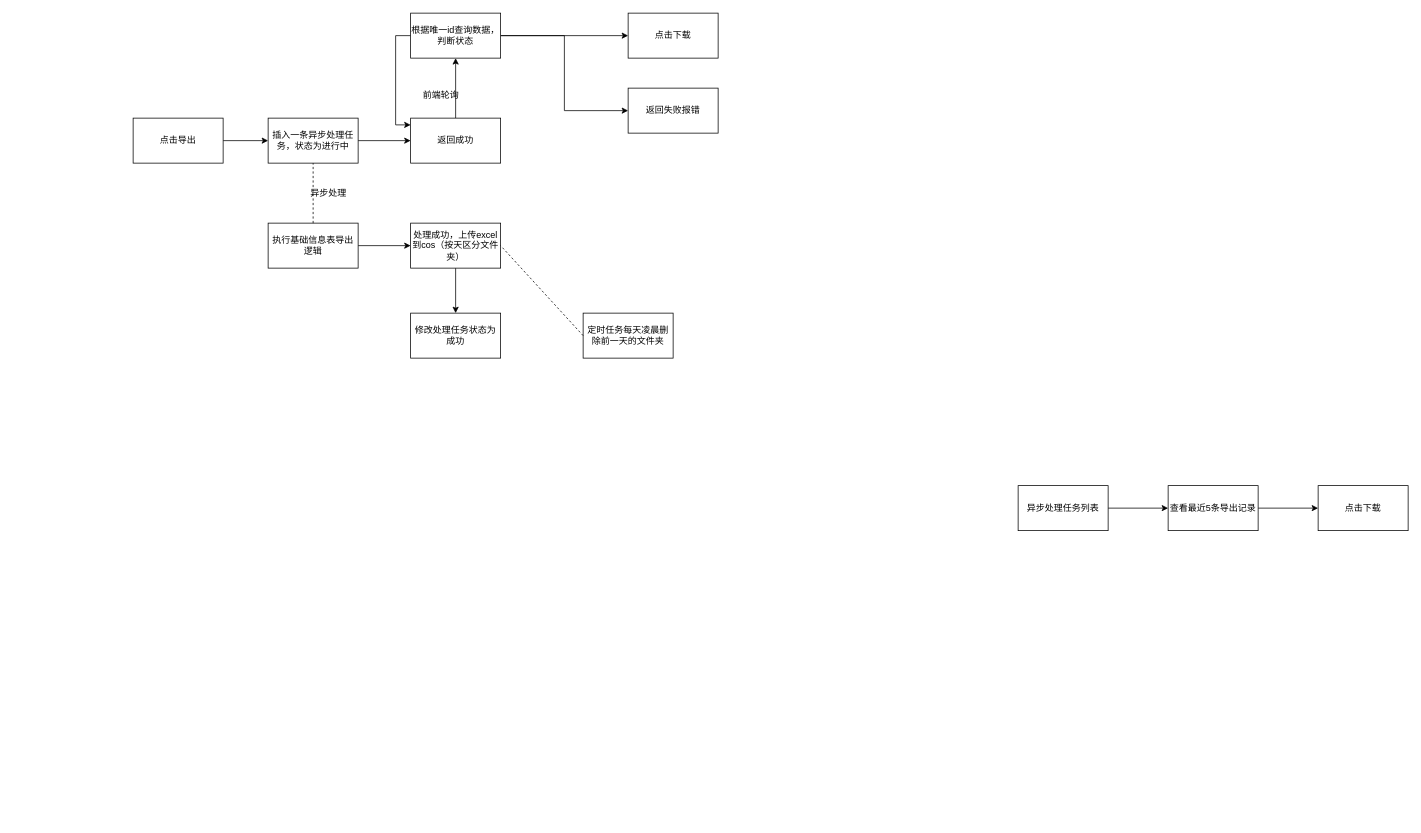
Before: picture/案件基础信息表导出.drawio in canonhuu/rm, a draw.io diagram. Source tidied: cells renumbered, new cells numbered last; positions are measured from the earlier drawing's top-left corner, leaving out a move shared by most shapes. Both pictures are drawn from the tidied source at 75%, with x=0, y=0 at pixel (133, 13).
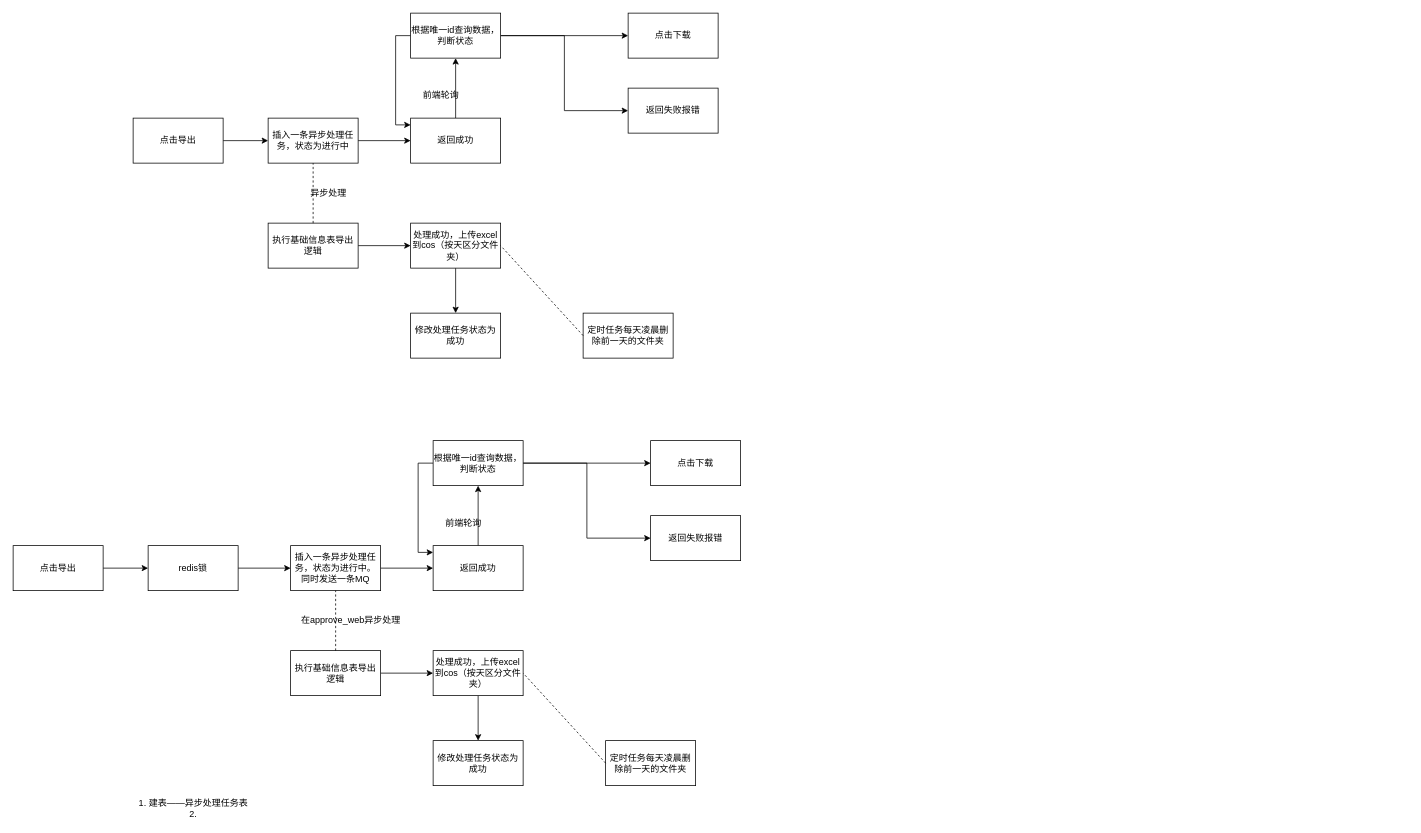
The same diagram, later.

Commit message:
更新案件基础信息表导出.drawio

The edit, as a diff of the source:
```diff
@@
-    <mxCell id="15" style="edgeStyle=orthogonalEdgeStyle;rounded=0;jettySize=auto;html=1;" parent="1" edge="1" source="16" target="18">
-      <mxGeometry relative="1" as="geometry" />
-    </mxCell>
-    <mxCell id="16" value="异步处理任务列表" style="whiteSpace=wrap;html=1;" parent="1" vertex="1">
-      <mxGeometry x="1180" y="630" width="120" height="60" as="geometry" />
-    </mxCell>
-    <mxCell id="17" style="edgeStyle=orthogonalEdgeStyle;rounded=0;jettySize=auto;html=1;" parent="1" edge="1" source="18" target="19">
-      <mxGeometry relative="1" as="geometry" />
-    </mxCell>
-    <mxCell id="18" value="查看最近5条导出记录" style="whiteSpace=wrap;html=1;" parent="1" vertex="1">
-      <mxGeometry x="1380" y="630" width="120" height="60" as="geometry" />
-    </mxCell>
-    <mxCell id="19" value="点击下载" style="whiteSpace=wrap;html=1;" parent="1" vertex="1">
-      <mxGeometry x="1580" y="630" width="120" height="60" as="geometry" />
-    </mxCell>
@@
+    <mxCell id="29" style="edgeStyle=orthogonalEdgeStyle;rounded=0;jettySize=auto;html=1;entryX=0;entryY=0.5;entryDx=0;entryDy=0;" parent="1" edge="1" source="30" target="52">
+      <mxGeometry relative="1" as="geometry" />
+    </mxCell>
+    <mxCell id="30" value="点击导出" style="whiteSpace=wrap;html=1;" parent="1" vertex="1">
+      <mxGeometry x="-160" y="710" width="120" height="60" as="geometry" />
+    </mxCell>
+    <mxCell id="31" style="edgeStyle=orthogonalEdgeStyle;rounded=0;jettySize=auto;html=1;" parent="1" edge="1" source="32" target="47">
+      <mxGeometry relative="1" as="geometry" />
+    </mxCell>
+    <mxCell id="32" value="返回成功" style="whiteSpace=wrap;html=1;" parent="1" vertex="1">
+      <mxGeometry x="400" y="710" width="120" height="60" as="geometry" />
+    </mxCell>
+    <mxCell id="33" style="edgeStyle=orthogonalEdgeStyle;rounded=0;jettySize=auto;html=1;entryX=0;entryY=0.5;entryDx=0;entryDy=0;" parent="1" edge="1" source="34" target="32">
+      <mxGeometry relative="1" as="geometry" />
+    </mxCell>
+    <mxCell id="34" value="插入一条异步处理任务，状态为进行中。同时发送一条MQ" style="whiteSpace=wrap;html=1;" parent="1" vertex="1">
+      <mxGeometry x="210" y="710" width="120" height="60" as="geometry" />
+    </mxCell>
+    <mxCell id="35" style="edgeStyle=orthogonalEdgeStyle;rounded=0;jettySize=auto;html=1;entryX=0;entryY=0.5;entryDx=0;entryDy=0;" parent="1" edge="1" source="36" target="40">
+      <mxGeometry relative="1" as="geometry" />
+    </mxCell>
+    <mxCell id="36" value="执行基础信息表导出逻辑" style="whiteSpace=wrap;html=1;" parent="1" vertex="1">
+      <mxGeometry x="210" y="850" width="120" height="60" as="geometry" />
+    </mxCell>
+    <mxCell id="37" style="endArrow=none;dashed=1;html=1;entryX=0.5;entryY=1;entryDx=0;entryDy=0;exitX=0.5;exitY=0;exitDx=0;exitDy=0;" parent="1" edge="1" source="36" target="34">
+      <mxGeometry relative="1" as="geometry" />
+    </mxCell>
+    <mxCell id="38" value="在approve_web异步处理" style="text;html=1;align=center;verticalAlign=middle;strokeColor=none;" parent="1" vertex="1">
+      <mxGeometry x="215" y="800" width="150" height="20" as="geometry" />
+    </mxCell>
+    <mxCell id="39" style="edgeStyle=orthogonalEdgeStyle;rounded=0;jettySize=auto;html=1;" parent="1" edge="1" source="40" target="41">
+      <mxGeometry relative="1" as="geometry" />
+    </mxCell>
+    <mxCell id="40" value="处理成功，上传excel到cos（按天区分文件夹）" style="rounded=0;whiteSpace=wrap;html=1;" parent="1" vertex="1">
+      <mxGeometry x="400" y="850" width="120" height="60" as="geometry" />
+    </mxCell>
+    <mxCell id="41" value="修改处理任务状态为成功" style="rounded=0;whiteSpace=wrap;html=1;" parent="1" vertex="1">
+      <mxGeometry x="400" y="970" width="120" height="60" as="geometry" />
+    </mxCell>
+    <mxCell id="42" value="定时任务每天凌晨删除前一天的文件夹" style="rounded=0;whiteSpace=wrap;html=1;" parent="1" vertex="1">
+      <mxGeometry x="630" y="970" width="120" height="60" as="geometry" />
+    </mxCell>
+    <mxCell id="43" style="endArrow=none;dashed=1;html=1;entryX=1;entryY=0.5;entryDx=0;entryDy=0;exitX=0;exitY=0.5;exitDx=0;exitDy=0;" parent="1" edge="1" source="42" target="40">
+      <mxGeometry relative="1" as="geometry" />
+    </mxCell>
+    <mxCell id="44" style="edgeStyle=orthogonalEdgeStyle;rounded=0;jettySize=auto;html=1;entryX=0;entryY=0.15;entryDx=0;entryDy=0;entryPerimeter=0;exitX=0;exitY=0.5;exitDx=0;exitDy=0;" parent="1" edge="1" source="47" target="32">
+      <mxGeometry relative="1" as="geometry" />
+    </mxCell>
+    <mxCell id="45" style="edgeStyle=orthogonalEdgeStyle;rounded=0;jettySize=auto;html=1;entryX=0;entryY=0.5;entryDx=0;entryDy=0;" parent="1" edge="1" source="47" target="19">
+      <mxGeometry relative="1" as="geometry" />
+    </mxCell>
+    <mxCell id="46" style="edgeStyle=orthogonalEdgeStyle;rounded=0;jettySize=auto;html=1;entryX=0;entryY=0.5;entryDx=0;entryDy=0;" parent="1" edge="1" source="47" target="49">
+      <mxGeometry relative="1" as="geometry" />
+    </mxCell>
+    <mxCell id="47" value="根据唯一id查询数据，判断状态" style="whiteSpace=wrap;html=1;" parent="1" vertex="1">
+      <mxGeometry x="400" y="570" width="120" height="60" as="geometry" />
+    </mxCell>
+    <mxCell id="48" value="前端轮询" style="text;html=1;align=center;verticalAlign=middle;strokeColor=none;" parent="1" vertex="1">
+      <mxGeometry x="410" y="670" width="60" height="20" as="geometry" />
+    </mxCell>
+    <mxCell id="19" value="点击下载" style="whiteSpace=wrap;html=1;" parent="1" vertex="1">
+      <mxGeometry x="690" y="570" width="120" height="60" as="geometry" />
+    </mxCell>
+    <mxCell id="49" value="返回失败报错" style="whiteSpace=wrap;html=1;" parent="1" vertex="1">
+      <mxGeometry x="690" y="670" width="120" height="60" as="geometry" />
+    </mxCell>
+    <mxCell id="50" value="&lt;div&gt;1. 建表——异步处理任务表&lt;/div&gt;&lt;div&gt;2. &lt;br&gt;&lt;/div&gt;" style="text;html=1;align=center;verticalAlign=middle;strokeColor=none;" parent="1" vertex="1">
+      <mxGeometry y="1045" width="160" height="30" as="geometry" />
+    </mxCell>
+    <mxCell id="51" style="edgeStyle=orthogonalEdgeStyle;rounded=0;jettySize=auto;html=1;entryX=0;entryY=0.5;entryDx=0;entryDy=0;" parent="1" edge="1" source="52" target="34">
+      <mxGeometry relative="1" as="geometry" />
+    </mxCell>
+    <mxCell id="52" value="redis锁" style="whiteSpace=wrap;html=1;" parent="1" vertex="1">
+      <mxGeometry x="20" y="710" width="120" height="60" as="geometry" />
+    </mxCell>
```
